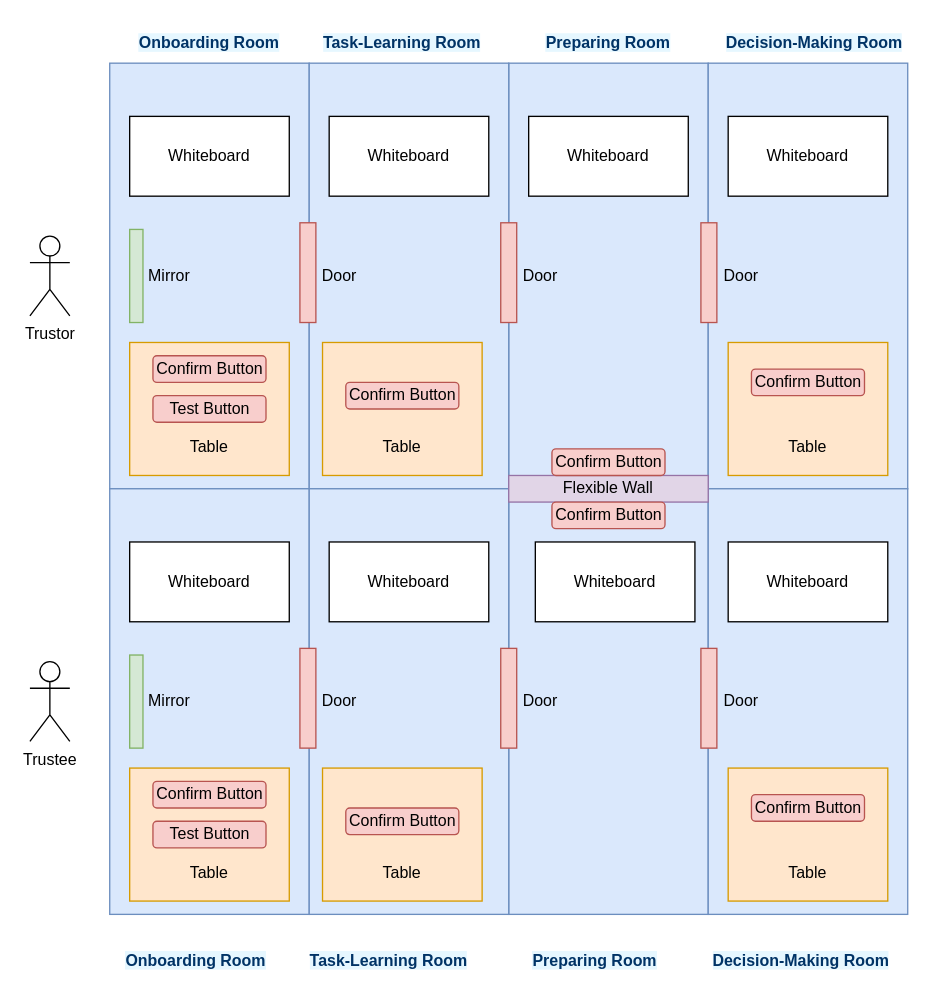
Earlier version of the draw.io diagram EER.drawio (Hankant/-). Source tidied: cells renumbered, new cells numbered last; positions are measured from the earlier drawing's top-left corner, leaving out a move shared by most shapes. Both pictures are drawn from the tidied source at 133%, with x=0, y=0 at pixel (29, 23).
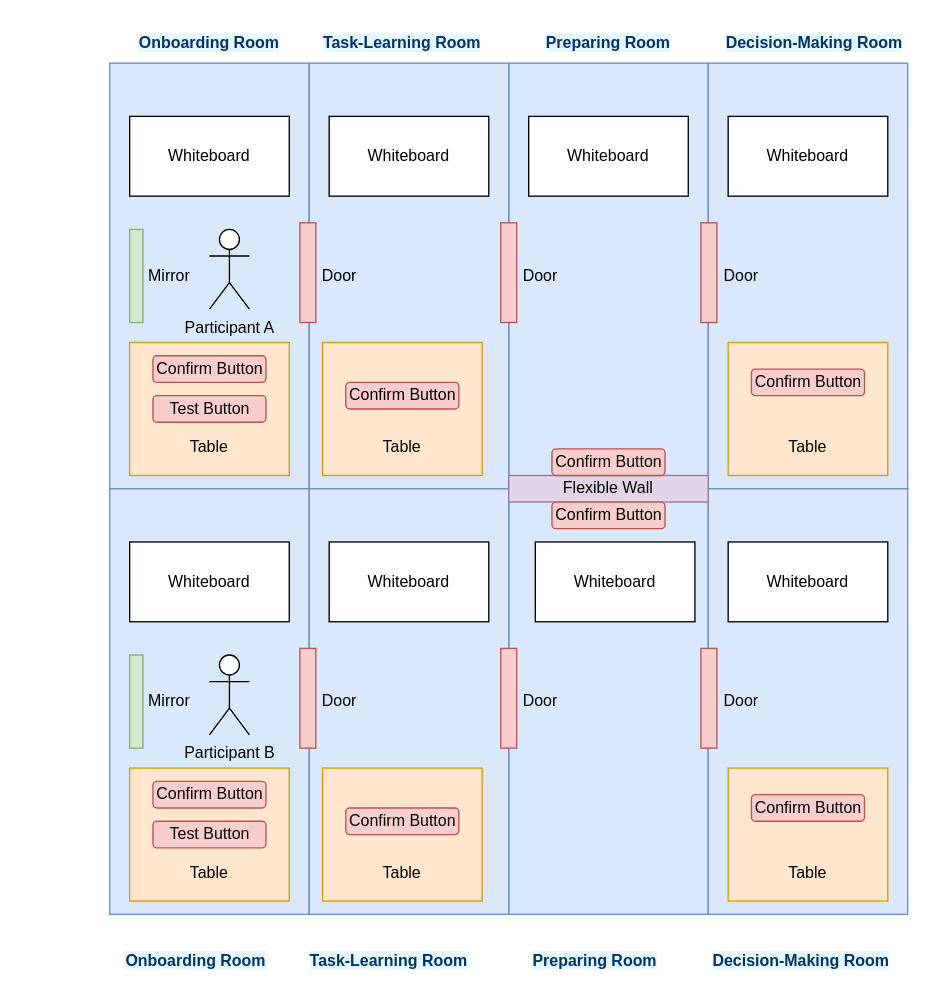
The same diagram, later.

The edit, as a diff of the source:
```diff
@@
-    <mxCell id="59" value="Trustor" style="shape=umlActor;verticalLabelPosition=bottom;verticalAlign=top;html=1;" parent="1" vertex="1">
-      <mxGeometry y="160" width="30" height="60" as="geometry" />
+    <mxCell id="59" value="Participant A" style="shape=umlActor;verticalLabelPosition=bottom;verticalAlign=top;html=1;" parent="1" vertex="1">
+      <mxGeometry x="135" y="155" width="30" height="60" as="geometry" />
     </mxCell>
-    <mxCell id="60" value="Trustee" style="shape=umlActor;verticalLabelPosition=bottom;verticalAlign=top;html=1;" parent="1" vertex="1">
-      <mxGeometry y="480" width="30" height="60" as="geometry" />
+    <mxCell id="60" value="Participant B" style="shape=umlActor;verticalLabelPosition=bottom;verticalAlign=top;html=1;" parent="1" vertex="1">
+      <mxGeometry x="135" y="475" width="30" height="60" as="geometry" />
     </mxCell>
```
